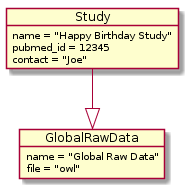
Above: project_planning/images/global_uml.png in jbrestel/org-docs (PlantUML), before the change.
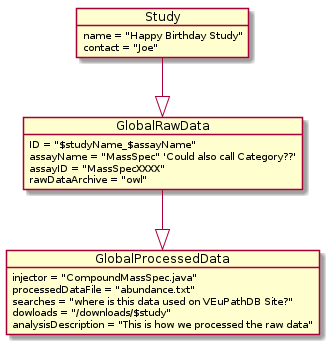
After the commit.

What changed in the source:
```diff
@@ -1,14 +1,26 @@
 @startuml
-object Study {
-        name = "Happy Birthday Study"
-        pubmed_id = 12345
-	    contact = "Joe"
+  object Study {
+          name = "Happy Birthday Study"
+	      contact = "Joe"
+  }
+
+  object GlobalRawData {
+            ID = "$studyName_$assayName"
+                assayName = "MassSpec" 'Could also call Category??'
+                assayID = "MassSpecXXXX"
+                rawDataArchive = "owl"
+  }
+
+  object GlobalProcessedData {
+                injector = "CompoundMassSpec.java"
+                processedDataFile = "abundance.txt"
+                searches = "where is this data used on VEuPathDB Site?"
+                dowloads = "/downloads/$study"
+                analysisDescription = "This is how we processed the raw data"
+
+
 }
 
-object GlobalRawData {
-        name = "Global Raw Data"
-        file = "owl"
-}
-
-Study --|> GlobalRawData
+  Study --|> GlobalRawData
+GlobalRawData --|> GlobalProcessedData
 @enduml
```
